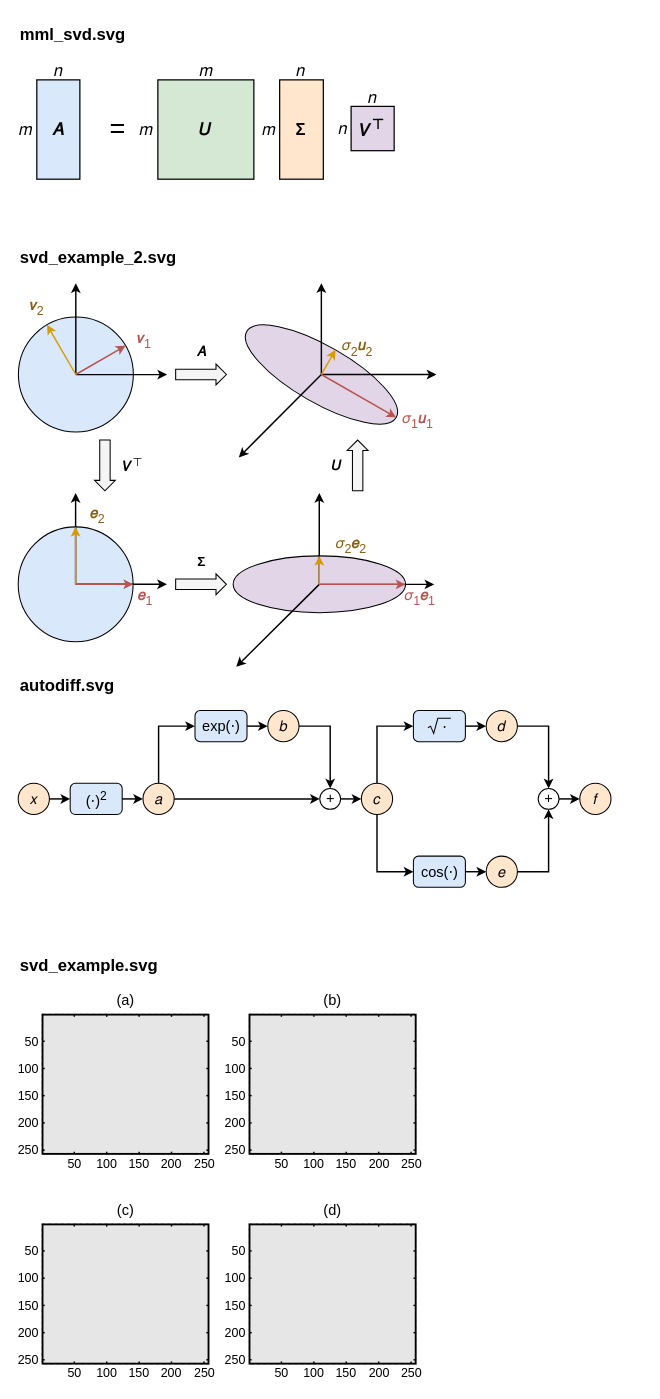
brunomaga/brunomaga.github.io keeps this draw.io diagram as assets/algebra-for-ml/algebra-for-ml.drawio. Above is the earlier version. Source tidied: cells renumbered, new cells numbered last; positions are measured from the earlier drawing's top-left corner, leaving out a move shared by most shapes. Both pictures are drawn from the tidied source at 104%, with x=0, y=0 at pixel (18, 18). Pictures stored in the file or linked from it are replaced by grey dashed boxes.
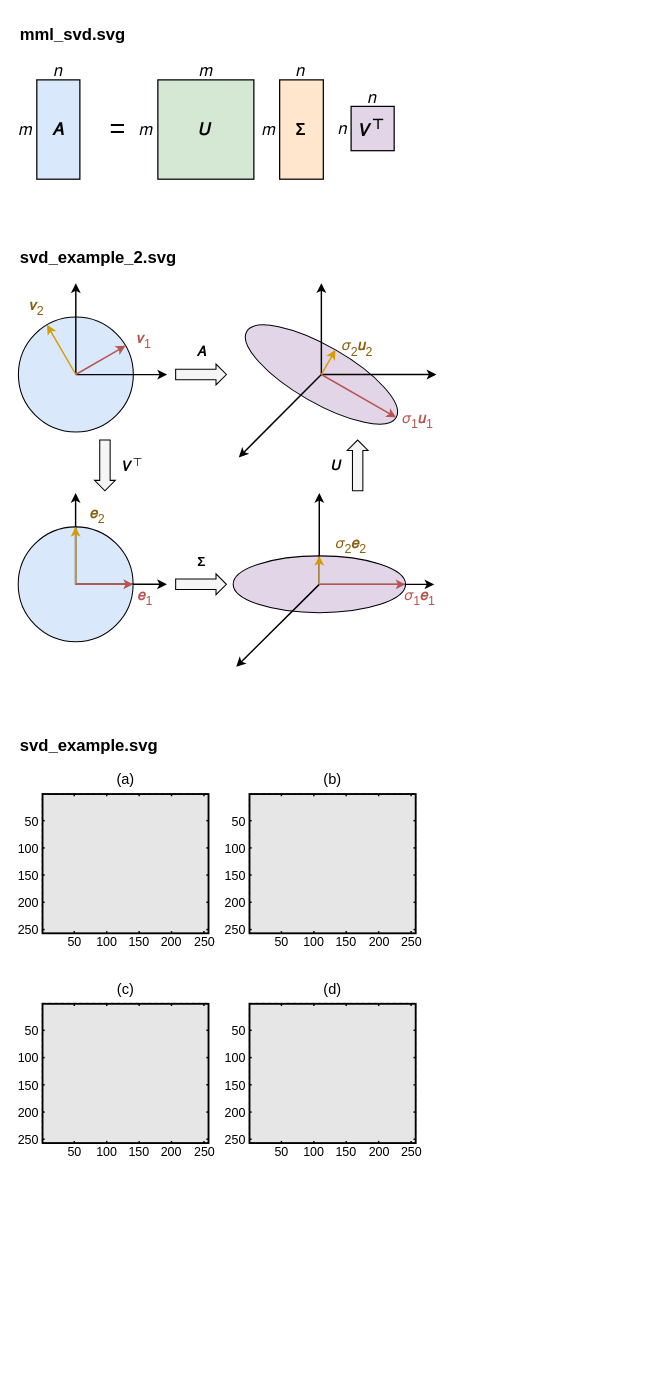
The same diagram, later.

Diff of the diagram source:
```diff
@@
-    <mxCell id="57" value="autodiff.svg" style="text;html=1;align=left;verticalAlign=middle;fontStyle=1;fontSize=16;fontFamily=Source Sans 3;" parent="1" vertex="1">
-      <mxGeometry y="625.7" width="600" height="30" as="geometry" />
-    </mxCell>
-    <mxCell id="58" style="group;fontFamily=Source Sans 3;" parent="1" vertex="1">
-      <mxGeometry y="665.7" width="570" height="170" as="geometry" />
-    </mxCell>
-    <mxCell id="59" value="𝑥" style="rounded=0;whiteSpace=nowrap;html=1;fontFamily=NewComputerModernSansMath;fontSize=14;fontColor=#000000;strokeColor=#000000;strokeWidth=1.0;fillColor=#ffe6cc;ellipse;spacing=0;" parent="58" vertex="1">
-      <mxGeometry y="70" width="30" height="30" as="geometry" />
-    </mxCell>
-    <mxCell id="60" value="(⋅)&lt;sup&gt;2&lt;/sup&gt;" style="rounded=1;whiteSpace=nowrap;html=1;fontFamily=NewComputerModernSansMath;fontSize=14;fontColor=#000000;strokeColor=#000000;strokeWidth=1.0;fillColor=#dae8fc;fontStyle=0;spacing=0;absoluteArcSize=1;arcSize=10;" parent="58" vertex="1">
-      <mxGeometry x="50" y="70" width="50" height="30" as="geometry" />
-    </mxCell>
-    <mxCell id="61" value="𝑎" style="rounded=0;whiteSpace=nowrap;html=1;fontFamily=NewComputerModernSansMath;fontSize=14;fontColor=#000000;strokeColor=#000000;strokeWidth=1.0;fillColor=#ffe6cc;ellipse;spacing=0;" parent="58" vertex="1">
-      <mxGeometry x="120" y="70" width="30" height="30" as="geometry" />
-    </mxCell>
-    <mxCell id="62" value="exp(⋅)" style="rounded=1;whiteSpace=nowrap;html=1;fontFamily=NewComputerModernSansMath;fontSize=14;fontColor=#000000;strokeColor=#000000;strokeWidth=1.0;fillColor=#dae8fc;absoluteArcSize=1;arcSize=10;fontStyle=0;spacing=0;" parent="58" vertex="1">
-      <mxGeometry x="170" width="50" height="30" as="geometry" />
-    </mxCell>
-    <mxCell id="63" value="𝑏" style="rounded=0;whiteSpace=nowrap;html=1;fontFamily=NewComputerModernSansMath;fontSize=14;fontColor=#000000;strokeColor=#000000;strokeWidth=1.0;fillColor=#ffe6cc;ellipse;spacing=0;" parent="58" vertex="1">
-      <mxGeometry x="240" width="30" height="30" as="geometry" />
-    </mxCell>
-    <mxCell id="64" value="+" style="rounded=0;whiteSpace=nowrap;html=1;fontFamily=Source Sans 3;fontSize=14;fontColor=#000000;strokeColor=#000000;strokeWidth=1.0;fillColor=#ffffff;ellipse;spacing=0;spacingBottom=1;" parent="58" vertex="1">
-      <mxGeometry x="290" y="75" width="20" height="20" as="geometry" />
-    </mxCell>
-    <mxCell id="65" value="𝑐" style="rounded=0;whiteSpace=nowrap;html=1;fontFamily=NewComputerModernSansMath;fontSize=14;fontColor=#000000;strokeColor=#000000;strokeWidth=1.0;fillColor=#ffe6cc;ellipse;spacing=0;" parent="58" vertex="1">
-      <mxGeometry x="330" y="70" width="30" height="30" as="geometry" />
-    </mxCell>
-    <mxCell id="66" style="rounded=1;whiteSpace=nowrap;html=1;fontFamily=NewComputerModernSansMath;fontSize=14;fontColor=#000000;strokeColor=#000000;strokeWidth=1.0;fillColor=#dae8fc;fontStyle=0;spacing=0;absoluteArcSize=1;arcSize=10;" parent="58" vertex="1">
-      <mxGeometry x="380" width="50" height="30" as="geometry" />
-    </mxCell>
-    <mxCell id="67" value="𝑑" style="rounded=0;whiteSpace=nowrap;html=1;fontFamily=NewComputerModernSansMath;fontSize=14;fontColor=#000000;strokeColor=#000000;strokeWidth=1.0;fillColor=#ffe6cc;ellipse;spacing=0;" parent="58" vertex="1">
-      <mxGeometry x="450" width="30" height="30" as="geometry" />
-    </mxCell>
-    <mxCell id="68" value="cos(⋅)" style="rounded=1;whiteSpace=nowrap;html=1;fontFamily=NewComputerModernSansMath;fontSize=14;fontColor=#000000;strokeColor=#000000;strokeWidth=1.0;fillColor=#dae8fc;absoluteArcSize=1;arcSize=10;fontStyle=0;spacing=0;" parent="58" vertex="1">
-      <mxGeometry x="380" y="140" width="50" height="30" as="geometry" />
-    </mxCell>
-    <mxCell id="69" value="𝑒" style="rounded=0;whiteSpace=nowrap;html=1;fontFamily=NewComputerModernSansMath;fontSize=14;fontColor=#000000;strokeColor=#000000;strokeWidth=1.0;fillColor=#ffe6cc;ellipse;spacing=0;" parent="58" vertex="1">
-      <mxGeometry x="450" y="140" width="30" height="30" as="geometry" />
-    </mxCell>
-    <mxCell id="70" value="+" style="rounded=0;whiteSpace=nowrap;html=1;fontFamily=Source Sans 3;fontSize=14;fontColor=#000000;strokeColor=#000000;strokeWidth=1.0;fillColor=#ffffff;ellipse;spacing=0;spacingBottom=1;" parent="58" vertex="1">
-      <mxGeometry x="500" y="75" width="20" height="20" as="geometry" />
-    </mxCell>
-    <mxCell id="71" value="𝑓" style="rounded=0;whiteSpace=nowrap;html=1;fontFamily=NewComputerModernSansMath;fontSize=14;fontColor=#000000;strokeColor=#000000;strokeWidth=1.0;fillColor=#ffe6cc;ellipse;spacing=0;" parent="58" vertex="1">
-      <mxGeometry x="540" y="70" width="30" height="30" as="geometry" />
-    </mxCell>
-    <mxCell id="72" style="endArrow=classic;endFill=1;endSize=5;html=1;rounded=0;strokeColor=#000000;strokeWidth=1.4;fontFamily=Source Sans 3;fontSize=14;fontColor=#000000;" parent="58" edge="1">
-      <mxGeometry relative="1" as="geometry">
-        <mxPoint x="30" y="85" as="sourcePoint" />
-        <mxPoint x="50" y="85" as="targetPoint" />
-      </mxGeometry>
-    </mxCell>
-    <mxCell id="73" style="endArrow=classic;endFill=1;endSize=5;html=1;rounded=0;strokeColor=#000000;strokeWidth=1.4;fontFamily=Source Sans 3;fontSize=14;fontColor=#000000;" parent="58" edge="1">
-      <mxGeometry relative="1" as="geometry">
-        <mxPoint x="100" y="85" as="sourcePoint" />
-        <mxPoint x="120" y="85" as="targetPoint" />
-      </mxGeometry>
-    </mxCell>
-    <mxCell id="74" style="endArrow=classic;endFill=1;endSize=5;html=1;rounded=0;strokeColor=#000000;strokeWidth=1.4;fontFamily=Source Sans 3;fontSize=14;fontColor=#000000;" parent="58" edge="1">
-      <mxGeometry relative="1" as="geometry">
-        <mxPoint x="150" y="85" as="sourcePoint" />
-        <mxPoint x="290" y="85" as="targetPoint" />
-      </mxGeometry>
-    </mxCell>
-    <mxCell id="75" style="endArrow=classic;endFill=1;endSize=5;html=1;rounded=0;strokeColor=#000000;strokeWidth=1.4;fontFamily=Source Sans 3;fontSize=14;fontColor=#000000;" parent="58" edge="1">
-      <mxGeometry relative="1" as="geometry">
-        <mxPoint x="310" y="85" as="sourcePoint" />
-        <mxPoint x="330" y="85" as="targetPoint" />
-      </mxGeometry>
-    </mxCell>
-    <mxCell id="76" style="endArrow=classic;endFill=1;endSize=5;html=1;rounded=0;strokeColor=#000000;strokeWidth=1.4;fontFamily=Source Sans 3;fontSize=14;fontColor=#000000;" parent="58" edge="1">
-      <mxGeometry relative="1" as="geometry">
-        <mxPoint x="520" y="85" as="sourcePoint" />
-        <mxPoint x="540" y="85" as="targetPoint" />
-      </mxGeometry>
-    </mxCell>
-    <mxCell id="77" style="endArrow=classic;endFill=1;endSize=5;html=1;rounded=0;strokeColor=#000000;strokeWidth=1.4;fontFamily=Source Sans 3;fontSize=14;fontColor=#000000;" parent="58" edge="1">
-      <mxGeometry relative="1" as="geometry">
-        <mxPoint x="135" y="70" as="sourcePoint" />
-        <mxPoint x="170" y="15" as="targetPoint" />
-        <Array as="points">
-          <mxPoint x="135" y="15" />
-        </Array>
-      </mxGeometry>
-    </mxCell>
-    <mxCell id="78" style="endArrow=classic;endFill=1;endSize=5;html=1;rounded=0;strokeColor=#000000;strokeWidth=1.4;fontFamily=Source Sans 3;fontSize=14;fontColor=#000000;" parent="58" edge="1">
-      <mxGeometry relative="1" as="geometry">
-        <mxPoint x="220" y="15" as="sourcePoint" />
-        <mxPoint x="240" y="15" as="targetPoint" />
-      </mxGeometry>
-    </mxCell>
-    <mxCell id="79" style="endArrow=classic;endFill=1;endSize=5;html=1;rounded=0;strokeColor=#000000;strokeWidth=1.4;fontFamily=Source Sans 3;fontSize=14;fontColor=#000000;" parent="58" edge="1">
-      <mxGeometry relative="1" as="geometry">
-        <mxPoint x="270" y="15" as="sourcePoint" />
-        <mxPoint x="300" y="75" as="targetPoint" />
-        <Array as="points">
-          <mxPoint x="300" y="15" />
-        </Array>
-      </mxGeometry>
-    </mxCell>
-    <mxCell id="80" style="endArrow=classic;endFill=1;endSize=5;html=1;rounded=0;strokeColor=#000000;strokeWidth=1.4;fontFamily=Source Sans 3;fontSize=14;fontColor=#000000;" parent="58" edge="1">
-      <mxGeometry relative="1" as="geometry">
-        <mxPoint x="345" y="70" as="sourcePoint" />
-        <mxPoint x="380" y="15" as="targetPoint" />
-        <Array as="points">
-          <mxPoint x="345" y="15" />
-        </Array>
-      </mxGeometry>
-    </mxCell>
-    <mxCell id="81" style="endArrow=classic;endFill=1;endSize=5;html=1;rounded=0;strokeColor=#000000;strokeWidth=1.4;fontFamily=Source Sans 3;fontSize=14;fontColor=#000000;" parent="58" edge="1">
-      <mxGeometry relative="1" as="geometry">
-        <mxPoint x="345" y="100" as="sourcePoint" />
-        <mxPoint x="380" y="155" as="targetPoint" />
-        <Array as="points">
-          <mxPoint x="345" y="155" />
-        </Array>
-      </mxGeometry>
-    </mxCell>
-    <mxCell id="82" style="endArrow=classic;endFill=1;endSize=5;html=1;rounded=0;strokeColor=#000000;strokeWidth=1.4;fontFamily=Source Sans 3;fontSize=14;fontColor=#000000;" parent="58" edge="1">
-      <mxGeometry relative="1" as="geometry">
-        <mxPoint x="430" y="15" as="sourcePoint" />
-        <mxPoint x="450" y="15" as="targetPoint" />
-      </mxGeometry>
-    </mxCell>
-    <mxCell id="83" style="endArrow=classic;endFill=1;endSize=5;html=1;rounded=0;strokeColor=#000000;strokeWidth=1.4;fontFamily=Source Sans 3;fontSize=14;fontColor=#000000;" parent="58" edge="1">
-      <mxGeometry relative="1" as="geometry">
-        <mxPoint x="430" y="155" as="sourcePoint" />
-        <mxPoint x="450" y="155" as="targetPoint" />
-      </mxGeometry>
-    </mxCell>
-    <mxCell id="84" style="endArrow=classic;endFill=1;endSize=5;html=1;rounded=0;strokeColor=#000000;strokeWidth=1.4;fontFamily=Source Sans 3;fontSize=14;fontColor=#000000;" parent="58" edge="1">
-      <mxGeometry relative="1" as="geometry">
-        <mxPoint x="480" y="15" as="sourcePoint" />
-        <mxPoint x="510" y="75" as="targetPoint" />
-        <Array as="points">
-          <mxPoint x="510" y="15" />
-        </Array>
-      </mxGeometry>
-    </mxCell>
-    <mxCell id="85" style="endArrow=classic;endFill=1;endSize=5;html=1;rounded=0;strokeColor=#000000;strokeWidth=1.4;fontFamily=Source Sans 3;fontSize=14;fontColor=#000000;" parent="58" edge="1">
-      <mxGeometry relative="1" as="geometry">
-        <mxPoint x="480" y="155" as="sourcePoint" />
-        <mxPoint x="510" y="95" as="targetPoint" />
-        <Array as="points">
-          <mxPoint x="510" y="155" />
-        </Array>
-      </mxGeometry>
-    </mxCell>
     <mxCell id="86" value="svd_example.svg" style="text;html=1;align=left;verticalAlign=middle;fontStyle=1;fontSize=16;fontFamily=Source Sans 3;" parent="1" vertex="1">
-      <mxGeometry y="895.7" width="600" height="30" as="geometry" />
+      <mxGeometry y="683.6" width="600" height="30" as="geometry" />
     </mxCell>
     <mxCell id="87" style="group;fontFamily=Source Sans 3;" parent="1" vertex="1">
-      <mxGeometry y="935.7" width="387.3" height="374.6" as="geometry" />
+      <mxGeometry y="723.6" width="387.3" height="374.6" as="geometry" />
     </mxCell>
@@
-    <mxCell id="220" style="endArrow=none;startArrow=none;html=1;rounded=0;strokeColor=#000000;strokeWidth=1;" parent="58" edge="1">
-      <mxGeometry relative="1" as="geometry">
-        <mxPoint x="394" y="16.5" as="sourcePoint" />
-        <mxPoint x="416" y="7.5" as="targetPoint" />
-        <Array as="points">
-          <mxPoint x="396.5" y="15" />
-          <mxPoint x="399.5" y="22" />
-          <mxPoint x="403.5" y="7.5" />
-        </Array>
-      </mxGeometry>
-    </mxCell>
-    <mxCell id="221" value="⋅" style="text;html=1;align=center;verticalAlign=middle;fontFamily=NewComputerModernSansMath;fontSize=14;fontColor=#000000;spacing=0;" parent="58" vertex="1">
-      <mxGeometry x="403.8" y="8" width="12" height="16" as="geometry" />
-    </mxCell>
```
